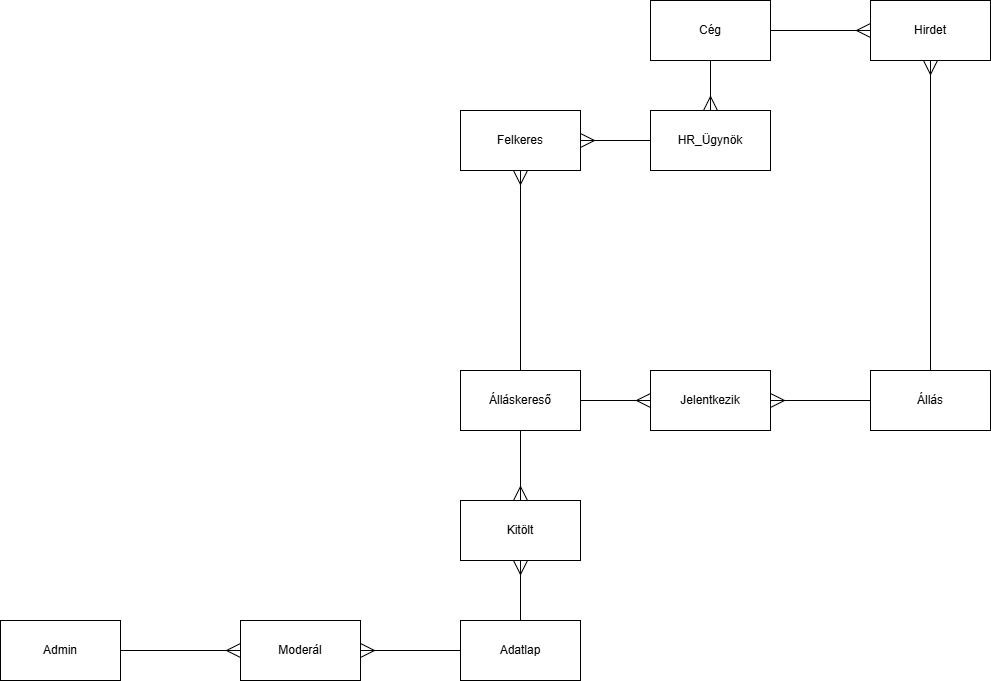
This is 01_merfoldko/egyedmodel.png from SchHubaZeteny/Adatbazis_Alapu_Projekt, a draw.io export, as it was before one commit. Source tidied: cells renumbered, new cells last; positions are measured from the earlier drawing's top-left corner, leaving out a move shared by most shapes.
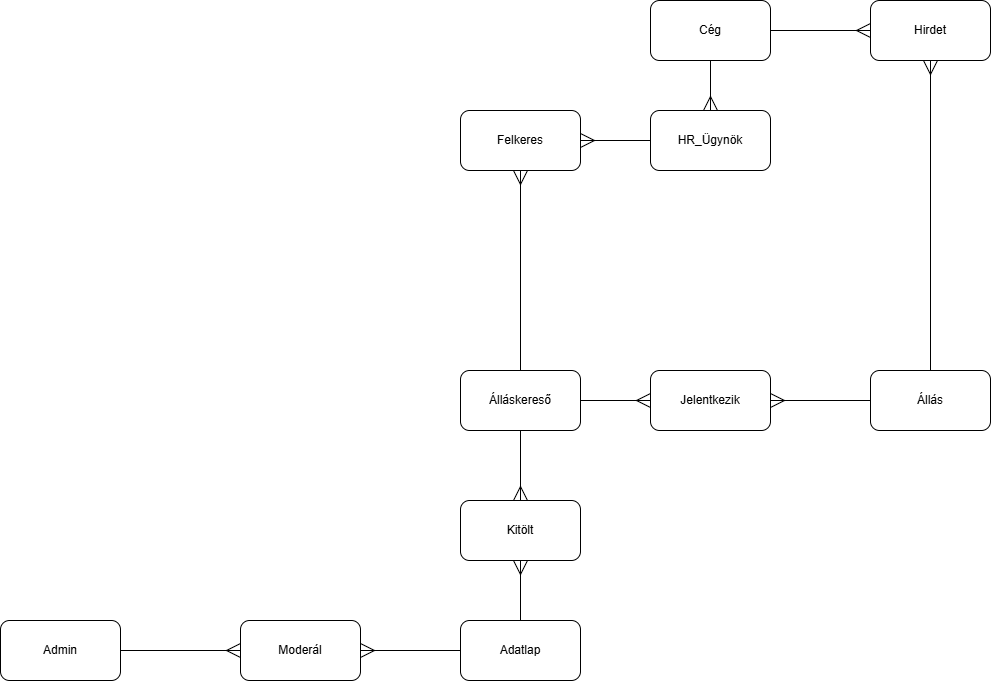
After the commit.

What changed in the source:
```diff
@@ -2,70 +2,70 @@
   <root>
     <mxCell id="0" />
     <mxCell id="1" parent="0" />
-    <mxCell id="2" value="Álláskereső" style="rounded=0;whiteSpace=wrap;html=1;" parent="1" vertex="1">
+    <mxCell id="2" value="Álláskereső" style="rounded=1;whiteSpace=wrap;html=1;" parent="1" vertex="1">
       <mxGeometry x="460" y="370" width="120" height="60" as="geometry" />
     </mxCell>
-    <mxCell id="3" value="Cég" style="rounded=0;whiteSpace=wrap;html=1;" parent="1" vertex="1">
+    <mxCell id="3" value="Cég" style="rounded=1;whiteSpace=wrap;html=1;" parent="1" vertex="1">
       <mxGeometry x="650" width="120" height="60" as="geometry" />
     </mxCell>
-    <mxCell id="4" value="Jelentkezik" style="rounded=0;whiteSpace=wrap;html=1;" parent="1" vertex="1">
+    <mxCell id="4" value="Jelentkezik" style="rounded=1;whiteSpace=wrap;html=1;" parent="1" vertex="1">
       <mxGeometry x="650" y="370" width="120" height="60" as="geometry" />
     </mxCell>
-    <mxCell id="5" value="Állás" style="rounded=0;whiteSpace=wrap;html=1;" parent="1" vertex="1">
+    <mxCell id="5" value="Állás" style="rounded=1;whiteSpace=wrap;html=1;" parent="1" vertex="1">
       <mxGeometry x="870" y="370" width="120" height="60" as="geometry" />
     </mxCell>
-    <mxCell id="6" style="endArrow=ERmany;html=1;rounded=0;exitX=1;exitY=0.5;exitDx=0;exitDy=0;endFill=0;entryX=0;entryY=0.5;entryDx=0;entryDy=0;endSize=12;startSize=12;" parent="1" edge="1" source="2" target="4">
+    <mxCell id="6" style="endArrow=ERmany;html=1;rounded=1;exitX=1;exitY=0.5;exitDx=0;exitDy=0;endFill=0;entryX=0;entryY=0.5;entryDx=0;entryDy=0;endSize=12;startSize=12;" parent="1" edge="1" source="2" target="4">
       <mxGeometry relative="1" as="geometry" />
     </mxCell>
-    <mxCell id="7" style="endArrow=none;html=1;rounded=0;startArrow=ERmany;startFill=0;exitX=1;exitY=0.5;exitDx=0;exitDy=0;entryX=0;entryY=0.5;entryDx=0;entryDy=0;endSize=12;startSize=12;" parent="1" edge="1" source="4" target="5">
+    <mxCell id="7" style="endArrow=none;html=1;rounded=1;startArrow=ERmany;startFill=0;exitX=1;exitY=0.5;exitDx=0;exitDy=0;entryX=0;entryY=0.5;entryDx=0;entryDy=0;endSize=12;startSize=12;" parent="1" edge="1" source="4" target="5">
       <mxGeometry relative="1" as="geometry" />
     </mxCell>
-    <mxCell id="8" style="endArrow=none;html=1;rounded=0;endFill=0;startFill=0;startArrow=ERmany;entryX=1;entryY=0.5;entryDx=0;entryDy=0;exitX=0;exitY=0.5;exitDx=0;exitDy=0;endSize=12;startSize=12;" parent="1" edge="1" source="13" target="9">
+    <mxCell id="8" style="endArrow=none;html=1;rounded=1;endFill=0;startFill=0;startArrow=ERmany;entryX=1;entryY=0.5;entryDx=0;entryDy=0;exitX=0;exitY=0.5;exitDx=0;exitDy=0;endSize=12;startSize=12;" parent="1" edge="1" source="13" target="9">
       <mxGeometry relative="1" as="geometry" />
     </mxCell>
-    <mxCell id="9" value="Admin" style="rounded=0;whiteSpace=wrap;html=1;" parent="1" vertex="1">
+    <mxCell id="9" value="Admin" style="rounded=1;whiteSpace=wrap;html=1;" parent="1" vertex="1">
       <mxGeometry y="620" width="120" height="60" as="geometry" />
     </mxCell>
-    <mxCell id="10" value="Adatlap" style="rounded=0;whiteSpace=wrap;html=1;" parent="1" vertex="1">
+    <mxCell id="10" value="Adatlap" style="rounded=1;whiteSpace=wrap;html=1;" parent="1" vertex="1">
       <mxGeometry x="460" y="620" width="120" height="60" as="geometry" />
     </mxCell>
-    <mxCell id="11" style="endArrow=none;html=1;rounded=0;startArrow=ERmany;startFill=0;exitX=1;exitY=0.5;exitDx=0;exitDy=0;strokeWidth=1;endSize=12;startSize=12;entryX=0;entryY=0.5;entryDx=0;entryDy=0;" parent="1" edge="1" source="13" target="10">
+    <mxCell id="11" style="endArrow=none;html=1;rounded=1;startArrow=ERmany;startFill=0;exitX=1;exitY=0.5;exitDx=0;exitDy=0;strokeWidth=1;endSize=12;startSize=12;entryX=0;entryY=0.5;entryDx=0;entryDy=0;" parent="1" edge="1" source="13" target="10">
       <mxGeometry relative="1" as="geometry" />
     </mxCell>
-    <mxCell id="12" value="HR_Ügynök" style="rounded=0;whiteSpace=wrap;html=1;" parent="1" vertex="1">
+    <mxCell id="12" value="HR_Ügynök" style="rounded=1;whiteSpace=wrap;html=1;" parent="1" vertex="1">
       <mxGeometry x="650" y="110" width="120" height="60" as="geometry" />
     </mxCell>
-    <mxCell id="13" value="Moderál" style="rounded=0;whiteSpace=wrap;html=1;" parent="1" vertex="1">
+    <mxCell id="13" value="Moderál" style="rounded=1;whiteSpace=wrap;html=1;" parent="1" vertex="1">
       <mxGeometry x="240" y="620" width="120" height="60" as="geometry" />
     </mxCell>
-    <mxCell id="14" style="endArrow=none;html=1;rounded=0;startArrow=ERmany;startFill=0;entryX=0.5;entryY=1;entryDx=0;entryDy=0;endSize=12;startSize=12;exitX=0.5;exitY=0;exitDx=0;exitDy=0;" parent="1" edge="1" source="16" target="2">
+    <mxCell id="14" style="endArrow=none;html=1;rounded=1;startArrow=ERmany;startFill=0;entryX=0.5;entryY=1;entryDx=0;entryDy=0;endSize=12;startSize=12;exitX=0.5;exitY=0;exitDx=0;exitDy=0;" parent="1" edge="1" source="16" target="2">
       <mxGeometry relative="1" as="geometry" />
     </mxCell>
-    <mxCell id="15" value="Hirdet" style="rounded=0;whiteSpace=wrap;html=1;" parent="1" vertex="1">
+    <mxCell id="15" value="Hirdet" style="rounded=1;whiteSpace=wrap;html=1;" parent="1" vertex="1">
       <mxGeometry x="870" width="120" height="60" as="geometry" />
     </mxCell>
-    <mxCell id="16" value="Kitölt" style="rounded=0;whiteSpace=wrap;html=1;" parent="1" vertex="1">
+    <mxCell id="16" value="Kitölt" style="rounded=1;whiteSpace=wrap;html=1;" parent="1" vertex="1">
       <mxGeometry x="460" y="500" width="120" height="60" as="geometry" />
     </mxCell>
-    <mxCell id="17" style="endArrow=none;html=1;rounded=0;startArrow=ERmany;startFill=0;exitX=0.5;exitY=1;exitDx=0;exitDy=0;exitPerimeter=0;entryX=0.5;entryY=0;entryDx=0;entryDy=0;endSize=12;startSize=12;" parent="1" edge="1" source="16" target="10">
+    <mxCell id="17" style="endArrow=none;html=1;rounded=1;startArrow=ERmany;startFill=0;exitX=0.5;exitY=1;exitDx=0;exitDy=0;exitPerimeter=0;entryX=0.5;entryY=0;entryDx=0;entryDy=0;endSize=12;startSize=12;" parent="1" edge="1" source="16" target="10">
       <mxGeometry relative="1" as="geometry" />
     </mxCell>
-    <mxCell id="18" style="endArrow=none;html=1;rounded=0;startArrow=ERmany;startFill=0;endSize=12;startSize=12;exitX=0.5;exitY=1;exitDx=0;exitDy=0;entryX=0.5;entryY=0;entryDx=0;entryDy=0;" parent="1" edge="1" source="15" target="5">
+    <mxCell id="18" style="endArrow=none;html=1;rounded=1;startArrow=ERmany;startFill=0;endSize=12;startSize=12;exitX=0.5;exitY=1;exitDx=0;exitDy=0;entryX=0.5;entryY=0;entryDx=0;entryDy=0;" parent="1" edge="1" source="15" target="5">
       <mxGeometry relative="1" as="geometry" />
     </mxCell>
-    <mxCell id="19" style="endArrow=none;html=1;rounded=0;startArrow=ERmany;startFill=0;entryX=1;entryY=0.5;entryDx=0;entryDy=0;endSize=12;startSize=12;exitX=0;exitY=0.5;exitDx=0;exitDy=0;" parent="1" edge="1" source="15" target="3">
+    <mxCell id="19" style="endArrow=none;html=1;rounded=1;startArrow=ERmany;startFill=0;entryX=1;entryY=0.5;entryDx=0;entryDy=0;endSize=12;startSize=12;exitX=0;exitY=0.5;exitDx=0;exitDy=0;" parent="1" edge="1" source="15" target="3">
       <mxGeometry relative="1" as="geometry" />
     </mxCell>
-    <mxCell id="20" style="endArrow=none;html=1;rounded=0;startArrow=ERmany;startFill=0;endSize=12;startSize=12;entryX=0.5;entryY=1;entryDx=0;entryDy=0;exitX=0.5;exitY=0;exitDx=0;exitDy=0;" parent="1" edge="1" source="12" target="3">
+    <mxCell id="20" style="endArrow=none;html=1;rounded=1;startArrow=ERmany;startFill=0;endSize=12;startSize=12;entryX=0.5;entryY=1;entryDx=0;entryDy=0;exitX=0.5;exitY=0;exitDx=0;exitDy=0;" parent="1" edge="1" source="12" target="3">
       <mxGeometry relative="1" as="geometry" />
     </mxCell>
-    <mxCell id="21" value="Felkeres" style="rounded=0;whiteSpace=wrap;html=1;" parent="1" vertex="1">
+    <mxCell id="21" value="Felkeres" style="rounded=1;whiteSpace=wrap;html=1;" parent="1" vertex="1">
       <mxGeometry x="460" y="110" width="120" height="60" as="geometry" />
     </mxCell>
-    <mxCell id="22" style="endArrow=none;html=1;rounded=0;startArrow=ERmany;startFill=0;endSize=12;startSize=12;entryX=0;entryY=0.5;entryDx=0;entryDy=0;exitX=1;exitY=0.5;exitDx=0;exitDy=0;" parent="1" edge="1" source="21" target="12">
+    <mxCell id="22" style="endArrow=none;html=1;rounded=1;startArrow=ERmany;startFill=0;endSize=12;startSize=12;entryX=0;entryY=0.5;entryDx=0;entryDy=0;exitX=1;exitY=0.5;exitDx=0;exitDy=0;" parent="1" edge="1" source="21" target="12">
       <mxGeometry relative="1" as="geometry" />
     </mxCell>
-    <mxCell id="23" style="endArrow=none;html=1;rounded=0;startArrow=ERmany;startFill=0;entryX=0.5;entryY=0;entryDx=0;entryDy=0;endSize=12;startSize=12;exitX=0.5;exitY=1;exitDx=0;exitDy=0;" parent="1" edge="1" source="21" target="2">
+    <mxCell id="23" style="endArrow=none;html=1;rounded=1;startArrow=ERmany;startFill=0;entryX=0.5;entryY=0;entryDx=0;entryDy=0;endSize=12;startSize=12;exitX=0.5;exitY=1;exitDx=0;exitDy=0;" parent="1" edge="1" source="21" target="2">
       <mxGeometry relative="1" as="geometry" />
     </mxCell>
   </root>
```
